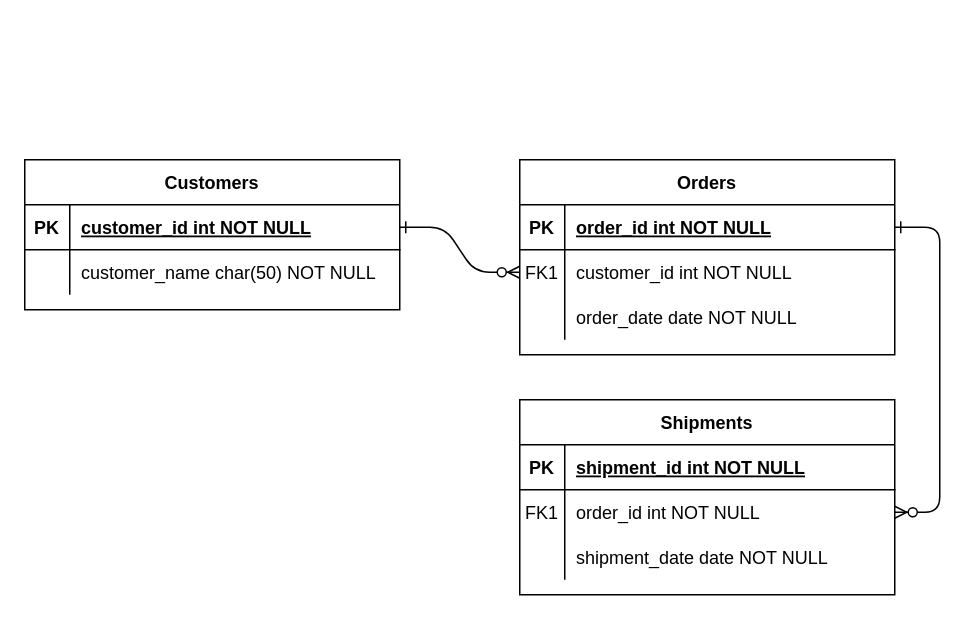
Above: Untitled Diagram.drawio in rogerbcruz/desafio (draw.io), before the change. Source tidied: cells renumbered, new cells numbered last; positions are measured from the earlier drawing's top-left corner, leaving out a move shared by most shapes. Both pictures are drawn from the tidied source at 150%, with x=0, y=0 at pixel (24, 159).
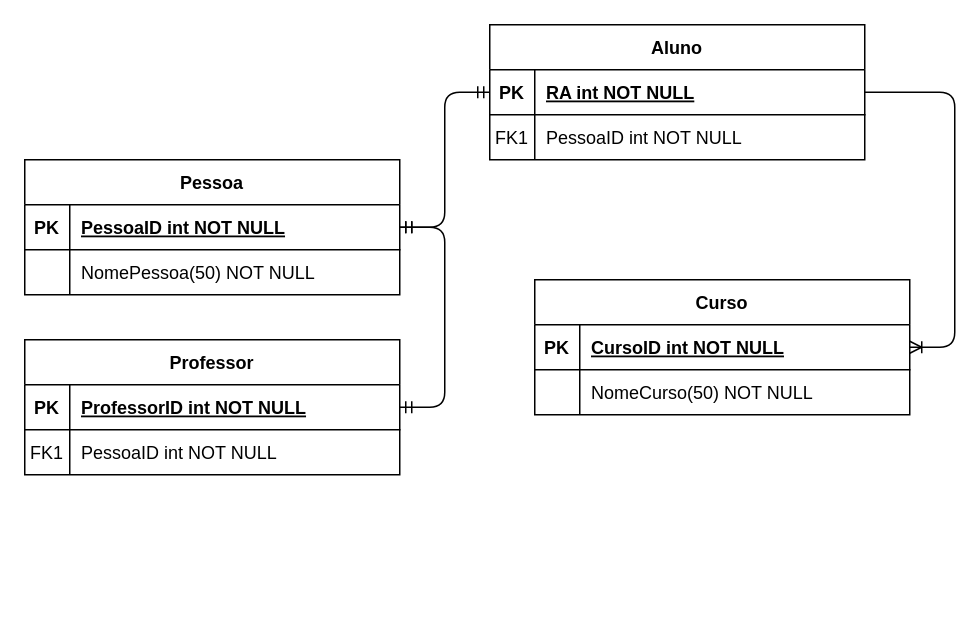
The same page after the edit.

Commit message:
Update Modelo Entidade/Reacionamento Diagram.drawio

The change refers to these unchanged cells:
```xml
<mxCell id="5" style="shape=partialRectangle;fillColor=none;points=[[0,0.5],[1,0.5]];portConstraint=eastwest;top=0;left=0;right=0;bottom=1;" parent="4" vertex="1">
  <mxGeometry y="30" width="250" height="30" as="geometry" />
</mxCell>
<mxCell id="8" style="shape=partialRectangle;fillColor=none;points=[[0,0.5],[1,0.5]];portConstraint=eastwest;top=0;left=0;right=0;bottom=0;" parent="4" vertex="1">
  <mxGeometry y="60" width="250" height="30" as="geometry" />
</mxCell>
<mxCell id="15" style="shape=partialRectangle;fillColor=none;points=[[0,0.5],[1,0.5]];portConstraint=eastwest;top=0;left=0;right=0;bottom=1;" parent="14" vertex="1">
  <mxGeometry y="30" width="250" height="30" as="geometry" />
</mxCell>
<mxCell id="18" style="shape=partialRectangle;fillColor=none;points=[[0,0.5],[1,0.5]];portConstraint=eastwest;top=0;left=0;right=0;bottom=0;" parent="14" vertex="1">
  <mxGeometry y="60" width="250" height="30" as="geometry" />
</mxCell>
<mxCell id="25" style="shape=partialRectangle;fillColor=none;points=[[0,0.5],[1,0.5]];portConstraint=eastwest;top=0;left=0;right=0;bottom=1;" parent="24" vertex="1">
  <mxGeometry y="30" width="250" height="30" as="geometry" />
</mxCell>
<mxCell id="28" style="shape=partialRectangle;fillColor=none;top=0;left=0;right=0;bottom=0;" parent="24" vertex="1">
  <mxGeometry y="60" width="250" height="30" as="geometry" />
</mxCell>
```

Change to the diagram source:
```diff
@@
-    <mxCell id="2" style="edgeStyle=entityRelationEdgeStyle;endArrow=ERzeroToMany;startArrow=ERone;endFill=1;startFill=0;" parent="1" edge="1" source="25" target="8">
-      <mxGeometry relative="1" as="geometry" />
-    </mxCell>
-    <mxCell id="3" style="edgeStyle=entityRelationEdgeStyle;endArrow=ERzeroToMany;startArrow=ERone;endFill=1;startFill=0;" parent="1" edge="1" source="5" target="18">
-      <mxGeometry relative="1" as="geometry" />
-    </mxCell>
-    <mxCell id="4" value="Orders" style="shape=table;startSize=30;childLayout=tableLayout;rowLines=0;fontStyle=1;align=center;" parent="1" vertex="1">
-      <mxGeometry x="330" width="250" height="130" as="geometry" />
+    <mxCell id="4" value="Aluno" style="shape=table;startSize=30;childLayout=tableLayout;rowLines=0;fontStyle=1;align=center;" parent="1" vertex="1">
+      <mxGeometry x="310" y="-90" width="250" height="90" as="geometry" />
     </mxCell>
@@
-    <mxCell id="7" value="order_id int NOT NULL " style="shape=partialRectangle;overflow=hidden;fillColor=none;top=0;left=0;bottom=0;right=0;align=left;spacingLeft=6;fontStyle=5;" parent="5" vertex="1">
+    <mxCell id="7" value="RA int NOT NULL" style="shape=partialRectangle;overflow=hidden;fillColor=none;top=0;left=0;bottom=0;right=0;align=left;spacingLeft=6;fontStyle=5;" parent="5" vertex="1">
       <mxGeometry x="30" width="220" height="30" as="geometry" />
     </mxCell>
@@
-    <mxCell id="10" value="customer_id int NOT NULL" style="shape=partialRectangle;overflow=hidden;fillColor=none;top=0;left=0;bottom=0;right=0;align=left;spacingLeft=6;" parent="8" vertex="1">
+    <mxCell id="10" value="PessoaID int NOT NULL" style="shape=partialRectangle;overflow=hidden;fillColor=none;top=0;left=0;bottom=0;right=0;align=left;spacingLeft=6;" parent="8" vertex="1">
       <mxGeometry x="30" width="220" height="30" as="geometry" />
     </mxCell>
-    <mxCell id="11" style="shape=partialRectangle;fillColor=none;top=0;left=0;right=0;bottom=0;" parent="4" vertex="1">
-      <mxGeometry y="90" width="250" height="30" as="geometry" />
-    </mxCell>
-    <mxCell id="12" style="shape=partialRectangle;overflow=hidden;fillColor=none;top=0;left=0;bottom=0;right=0;" parent="11" vertex="1">
-      <mxGeometry width="30" height="30" as="geometry" />
-    </mxCell>
-    <mxCell id="13" value="order_date date NOT NULL" style="shape=partialRectangle;overflow=hidden;fillColor=none;top=0;left=0;bottom=0;right=0;align=left;spacingLeft=6;" parent="11" vertex="1">
-      <mxGeometry x="30" width="220" height="30" as="geometry" />
-    </mxCell>
-    <mxCell id="14" value="Shipments" style="shape=table;startSize=30;childLayout=tableLayout;rowLines=0;fontStyle=1;align=center;" parent="1" vertex="1">
-      <mxGeometry x="330" y="160" width="250" height="130" as="geometry" />
+    <mxCell id="14" value="Professor" style="shape=table;startSize=30;childLayout=tableLayout;rowLines=0;fontStyle=1;align=center;" parent="1" vertex="1">
+      <mxGeometry y="120" width="250" height="90" as="geometry" />
     </mxCell>
@@
-    <mxCell id="17" value="shipment_id int NOT NULL " style="shape=partialRectangle;overflow=hidden;fillColor=none;top=0;left=0;bottom=0;right=0;align=left;spacingLeft=6;fontStyle=5;" parent="15" vertex="1">
+    <mxCell id="17" value="ProfessorID int NOT NULL" style="shape=partialRectangle;overflow=hidden;fillColor=none;top=0;left=0;bottom=0;right=0;align=left;spacingLeft=6;fontStyle=5;" parent="15" vertex="1">
       <mxGeometry x="30" width="220" height="30" as="geometry" />
     </mxCell>
@@
-    <mxCell id="20" value="order_id int NOT NULL" style="shape=partialRectangle;overflow=hidden;fillColor=none;top=0;left=0;bottom=0;right=0;align=left;spacingLeft=6;" parent="18" vertex="1">
+    <mxCell id="20" value="PessoaID int NOT NULL" style="shape=partialRectangle;overflow=hidden;fillColor=none;top=0;left=0;bottom=0;right=0;align=left;spacingLeft=6;" parent="18" vertex="1">
       <mxGeometry x="30" width="220" height="30" as="geometry" />
     </mxCell>
-    <mxCell id="21" style="shape=partialRectangle;fillColor=none;top=0;left=0;right=0;bottom=0;" parent="14" vertex="1">
-      <mxGeometry y="90" width="250" height="30" as="geometry" />
-    </mxCell>
-    <mxCell id="22" style="shape=partialRectangle;overflow=hidden;fillColor=none;top=0;left=0;bottom=0;right=0;" parent="21" vertex="1">
-      <mxGeometry width="30" height="30" as="geometry" />
-    </mxCell>
-    <mxCell id="23" value="shipment_date date NOT NULL" style="shape=partialRectangle;overflow=hidden;fillColor=none;top=0;left=0;bottom=0;right=0;align=left;spacingLeft=6;" parent="21" vertex="1">
-      <mxGeometry x="30" width="220" height="30" as="geometry" />
-    </mxCell>
-    <mxCell id="24" value="Customers" style="shape=table;startSize=30;childLayout=tableLayout;rowLines=0;fontStyle=1;align=center;" parent="1" vertex="1">
-      <mxGeometry width="250" height="100" as="geometry" />
+    <mxCell id="24" value="Pessoa" style="shape=table;startSize=30;childLayout=tableLayout;rowLines=0;fontStyle=1;align=center;" parent="1" vertex="1">
+      <mxGeometry width="250" height="90" as="geometry" />
     </mxCell>
@@
-    <mxCell id="27" value="customer_id int NOT NULL " style="shape=partialRectangle;overflow=hidden;fillColor=none;top=0;left=0;bottom=0;right=0;align=left;spacingLeft=6;fontStyle=5;" parent="25" vertex="1">
+    <mxCell id="27" value="PessoaID int NOT NULL " style="shape=partialRectangle;overflow=hidden;fillColor=none;top=0;left=0;bottom=0;right=0;align=left;spacingLeft=6;fontStyle=5;" parent="25" vertex="1">
       <mxGeometry x="30" width="220" height="30" as="geometry" />
     </mxCell>
@@
-    <mxCell id="30" value="customer_name char(50) NOT NULL" style="shape=partialRectangle;overflow=hidden;fillColor=none;top=0;left=0;bottom=0;right=0;align=left;spacingLeft=6;" parent="28" vertex="1">
+    <mxCell id="30" value="NomePessoa(50) NOT NULL" style="shape=partialRectangle;overflow=hidden;fillColor=none;top=0;left=0;bottom=0;right=0;align=left;spacingLeft=6;" parent="28" vertex="1">
       <mxGeometry x="30" width="220" height="30" as="geometry" />
     </mxCell>
+    <mxCell id="31" value="Curso" style="shape=table;startSize=30;childLayout=tableLayout;rowLines=0;fontStyle=1;align=center;" parent="1" vertex="1">
+      <mxGeometry x="340" y="80" width="250" height="90" as="geometry" />
+    </mxCell>
+    <mxCell id="32" style="shape=partialRectangle;fillColor=none;points=[[0,0.5],[1,0.5]];portConstraint=eastwest;top=0;left=0;right=0;bottom=1;" parent="31" vertex="1">
+      <mxGeometry y="30" width="250" height="30" as="geometry" />
+    </mxCell>
+    <mxCell id="33" value="PK" style="shape=partialRectangle;overflow=hidden;fillColor=none;top=0;left=0;bottom=0;right=0;fontStyle=1;" parent="32" vertex="1">
+      <mxGeometry width="30" height="30" as="geometry" />
+    </mxCell>
+    <mxCell id="34" value="CursoID int NOT NULL " style="shape=partialRectangle;overflow=hidden;fillColor=none;top=0;left=0;bottom=0;right=0;align=left;spacingLeft=6;fontStyle=5;" parent="32" vertex="1">
+      <mxGeometry x="30" width="220" height="30" as="geometry" />
+    </mxCell>
+    <mxCell id="35" style="shape=partialRectangle;fillColor=none;top=0;left=0;right=0;bottom=0;" parent="31" vertex="1">
+      <mxGeometry y="60" width="250" height="30" as="geometry" />
+    </mxCell>
+    <mxCell id="36" style="shape=partialRectangle;overflow=hidden;fillColor=none;top=0;left=0;bottom=0;right=0;" parent="35" vertex="1">
+      <mxGeometry width="30" height="30" as="geometry" />
+    </mxCell>
+    <mxCell id="37" value="NomeCurso(50) NOT NULL" style="shape=partialRectangle;overflow=hidden;fillColor=none;top=0;left=0;bottom=0;right=0;align=left;spacingLeft=6;" parent="35" vertex="1">
+      <mxGeometry x="30" width="220" height="30" as="geometry" />
+    </mxCell>
+    <mxCell id="38" style="edgeStyle=entityRelationEdgeStyle;fontSize=12;html=1;endArrow=ERmandOne;startArrow=ERmandOne;" parent="1" edge="1" source="15" target="25">
+      <mxGeometry relative="1" as="geometry" />
+    </mxCell>
+    <mxCell id="39" style="edgeStyle=entityRelationEdgeStyle;fontSize=12;html=1;endArrow=ERmandOne;startArrow=ERmandOne;entryX=0;entryY=0.5;entryDx=0;entryDy=0;exitX=1;exitY=0.5;exitDx=0;exitDy=0;" parent="1" edge="1" source="25" target="5">
+      <mxGeometry relative="1" as="geometry" />
+    </mxCell>
+    <mxCell id="40" style="edgeStyle=entityRelationEdgeStyle;fontSize=12;html=1;endArrow=ERoneToMany;exitX=1;exitY=0.5;exitDx=0;exitDy=0;" parent="1" edge="1" source="5" target="32">
+      <mxGeometry relative="1" as="geometry" />
+    </mxCell>
```
